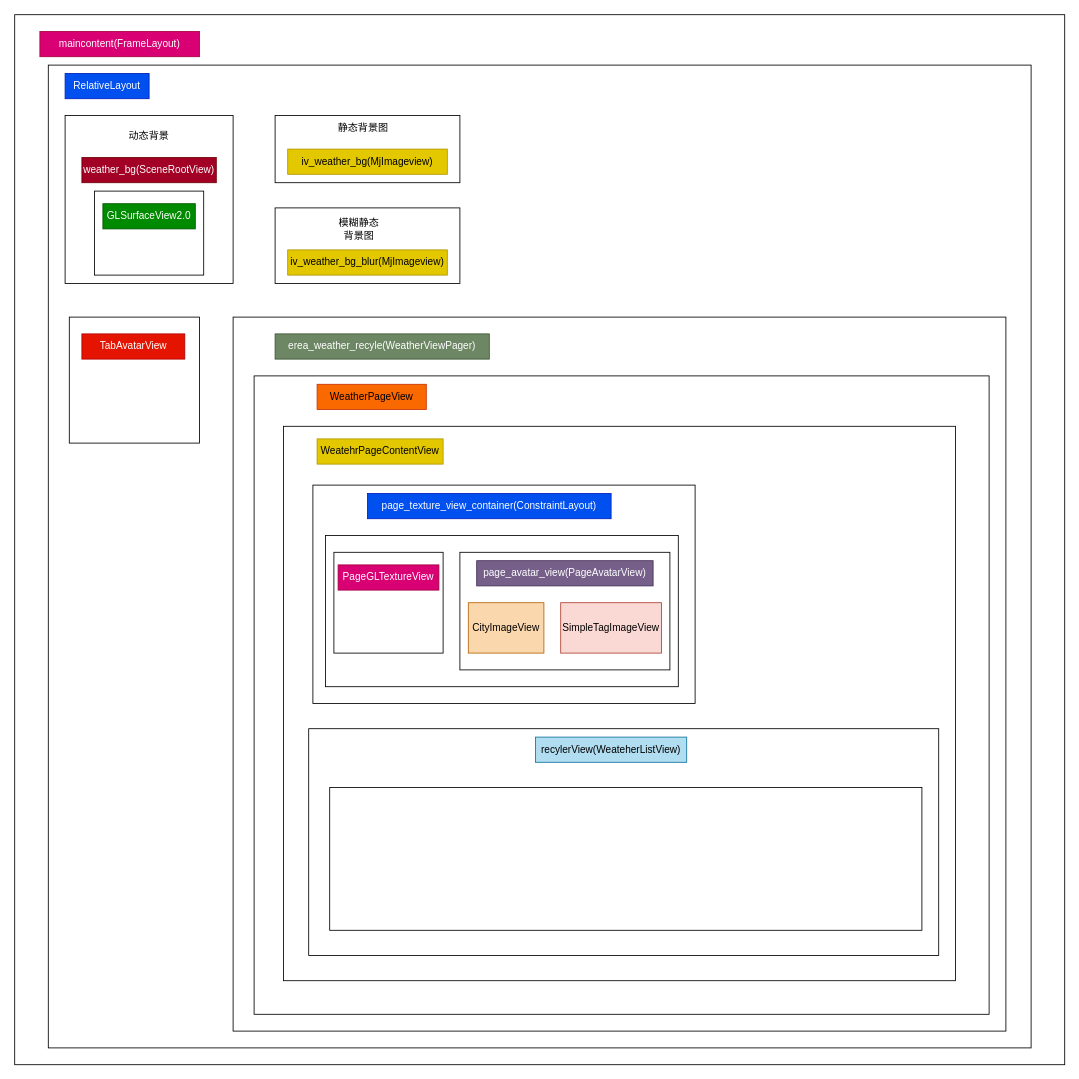
Earlier version of the draw.io diagram moji/替换穿衣助手视图层级图.drawio (HengqianSong/drawIO). Source tidied: cells renumbered, new cells numbered last; positions are measured from the earlier drawing's top-left corner, leaving out a move shared by most shapes. Both pictures are drawn from the tidied source at 84%, with x=0, y=0 at pixel (14, 14).
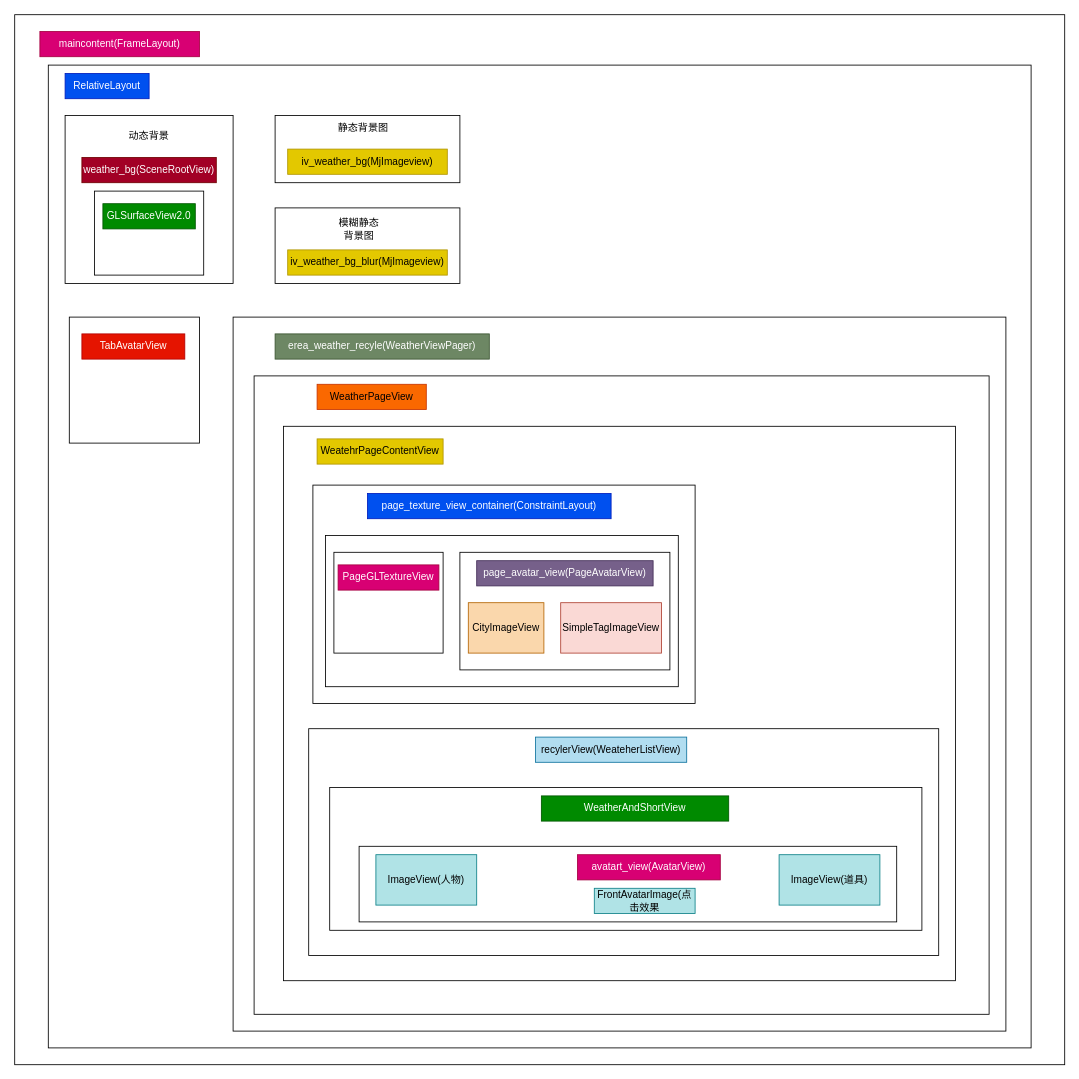
The same diagram, later.

Commit message:
更新替换穿衣助手视图层级图.drawio

What changed in the source:
```diff
@@
+    <mxCell id="37" value="WeatherAndShortView" style="text;html=1;align=center;verticalAlign=middle;whiteSpace=wrap;rounded=0;fillColor=#008a00;fontColor=#ffffff;strokeColor=#005700;" parent="1" vertex="1">
+      <mxGeometry x="627" y="930" width="223" height="30" as="geometry" />
+    </mxCell>
+    <mxCell id="38" style="rounded=0;whiteSpace=wrap;html=1;" parent="1" vertex="1">
+      <mxGeometry x="410" y="990" width="640" height="90" as="geometry" />
+    </mxCell>
+    <mxCell id="39" value="avatart_view(AvatarView)" style="text;html=1;align=center;verticalAlign=middle;whiteSpace=wrap;rounded=0;fillColor=#d80073;fontColor=#ffffff;strokeColor=#A50040;" parent="1" vertex="1">
+      <mxGeometry x="670" y="1000" width="170" height="30" as="geometry" />
+    </mxCell>
+    <mxCell id="40" value="ImageView(人物)" style="rounded=0;whiteSpace=wrap;html=1;fillColor=#b0e3e6;strokeColor=#0e8088;" parent="1" vertex="1">
+      <mxGeometry x="430" y="1000" width="120" height="60" as="geometry" />
+    </mxCell>
+    <mxCell id="41" value="ImageView(道具)" style="rounded=0;whiteSpace=wrap;html=1;fillColor=#b0e3e6;strokeColor=#0e8088;" parent="1" vertex="1">
+      <mxGeometry x="910" y="1000" width="120" height="60" as="geometry" />
+    </mxCell>
+    <mxCell id="42" value="FrontAvatarImage(点击效果" style="rounded=0;whiteSpace=wrap;html=1;fillColor=#b0e3e6;strokeColor=#0e8088;" parent="1" vertex="1">
+      <mxGeometry x="690" y="1040" width="120" height="30" as="geometry" />
+    </mxCell>
```
